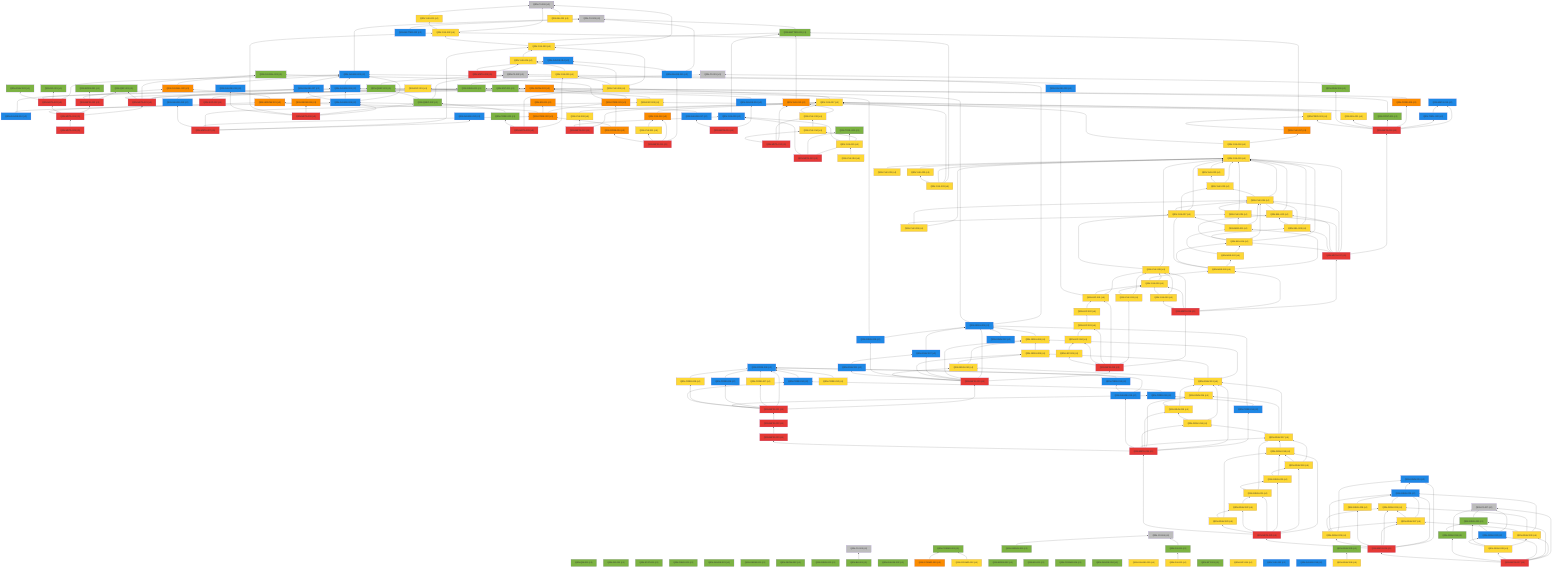
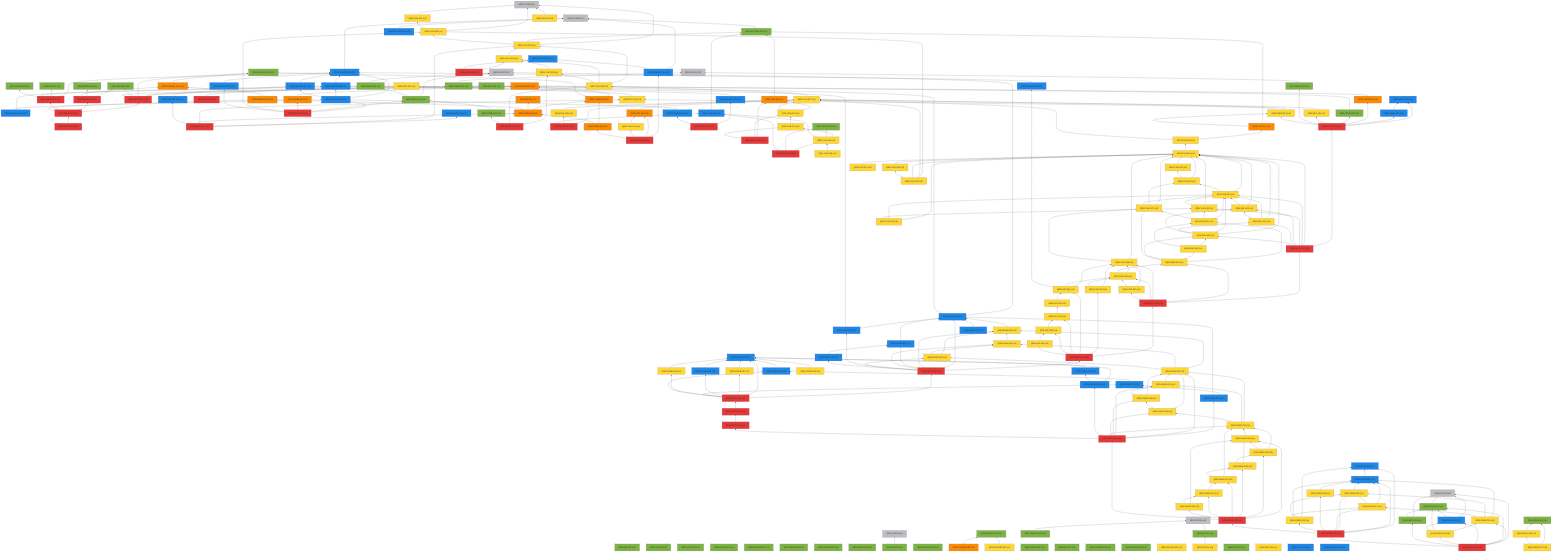
%% 自動生成 (dag/report.pl) — QRN 主張依存グラフ
graph BT
  QRN_C0_001["QRN-C0-001 (c0)"]:::c0
  QRN_C0_002["QRN-C0-002 (c0)"]:::c0
  QRN_C0_003["QRN-C0-003 (c0)"]:::c0
  QRN_C0_004["QRN-C0-004 (c0)"]:::c0
  QRN_C0_005["QRN-C0-005 (c0)"]:::c0
  QRN_C0_006["QRN-C0-006 (c0)"]:::c0
  QRN_QM_001["QRN-QM-001 (c1)"]:::c1
  QRN_GR_001["QRN-GR-001 (c1)"]:::c1
  QRN_STAT_001["QRN-STAT-001 (c1)"]:::c1
  QRN_FIELD_001["QRN-FIELD-001 (c1)"]:::c1
  QRN_GAUGE_001["QRN-GAUGE-001 (c1)"]:::c1
  QRN_ENT_001["QRN-ENT-001 (c1)"]:::c1
  QRN_GEOM_001["QRN-GEOM-001 (c1)"]:::c1
  QRN_GEOM_002["QRN-GEOM-002 (c1)"]:::c1
  QRN_GEOM_003["QRN-GEOM-003 (c3)"]:::c3
  QRN_GRAV_001["QRN-GRAV-001 (c1)"]:::c1
  QRN_GRAV_002["QRN-GRAV-002 (c1)"]:::c1
  QRN_BH_001["QRN-BH-001 (c1)"]:::c1
  QRN_CAUSAL_001["QRN-CAUSAL-001 (c1)"]:::c1
  QRN_CAUSAL_002["QRN-CAUSAL-002 (c3)"]:::c3
  QRN_ER_001["QRN-ER-001 (c3)"]:::c3
  QRN_QEC_001["QRN-QEC-001 (c1)"]:::c1
  QRN_GAUGE_002["QRN-GAUGE-002 (c1)"]:::c1
  QRN_COSMO_001["QRN-COSMO-001 (c1)"]:::c1
  QRN_COSMO_002["QRN-COSMO-002 (c4)"]:::c4
  QRN_COSMO_003["QRN-COSMO-003 (c3)"]:::c3
  QRN_BORN_001["QRN-BORN-001 (c1)"]:::c1
  QRN_BORN_002["QRN-BORN-002 (c1)"]:::c1
  QRN_GRAV_003["QRN-GRAV-003 (c1)"]:::c1
  QRN_KK_001["QRN-KK-001 (c1)"]:::c1
  QRN_MATTER_001["QRN-MATTER-001 (c1)"]:::c1
  QRN_MATTER_002["QRN-MATTER-002 (c2)"]:::c2
  QRN_COSMO_004["QRN-COSMO-004 (c1)"]:::c1
  QRN_EXP_001["QRN-EXP-001 (c4)"]:::c4
  QRN_GAUGE_003["QRN-GAUGE-003 (c2)"]:::c2
  QRN_GAUGE_004["QRN-GAUGE-004 (c1)"]:::c1
  QRN_GAUGE_005["QRN-GAUGE-005 (c4)"]:::c4
  QRN_YUK_001["QRN-YUK-001 (c4)"]:::c4
  QRN_RG_001["QRN-RG-001 (c1)"]:::c1
  QRN_UNRUH_001["QRN-UNRUH-001 (c1)"]:::c1
  QRN_QNEC_001["QRN-QNEC-001 (c1)"]:::c1
  QRN_NU_001["QRN-NU-001 (c4)"]:::c4
  QRN_GAUGE_006["QRN-GAUGE-006 (c2)"]:::c2
  QRN_DS_001["QRN-DS-001 (c1)"]:::c1
  QRN_DS_002["QRN-DS-002 (c4)"]:::c4
  QRN_ARROW_001["QRN-ARROW-001 (c3)"]:::c3
  QRN_GAUGE_007["QRN-GAUGE-007 (c2)"]:::c2
  QRN_EFT_001["QRN-EFT-001 (c1)"]:::c1
  QRN_GAUGE_008["QRN-GAUGE-008 (c2)"]:::c2
  QRN_GAUGE_009["QRN-GAUGE-009 (c2)"]:::c2
  QRN_GAUGE_010["QRN-GAUGE-010 (c2)"]:::c2
  QRN_QNEC_002["QRN-QNEC-002 (c1)"]:::c1
  QRN_GEOM_004["QRN-GEOM-004 (c3)"]:::c3
  QRN_YUK_002["QRN-YUK-002 (c4)"]:::c4
  QRN_EXP_002["QRN-EXP-002 (c5)"]:::c5
  QRN_CORE_001["QRN-CORE-001 (c3)"]:::c3
  QRN_GAUGE_011["QRN-GAUGE-011 (c2)"]:::c2
  QRN_GAUGE_012["QRN-GAUGE-012 (c2)"]:::c2
  QRN_YUK_003["QRN-YUK-003 (c4)"]:::c4
  QRN_EXP_003["QRN-EXP-003 (c4)"]:::c4
  QRN_CORE_002["QRN-CORE-002 (c3)"]:::c3
  QRN_GAUGE_013["QRN-GAUGE-013 (c2)"]:::c2
  QRN_YUK_004["QRN-YUK-004 (c4)"]:::c4
  QRN_GAUGE_014["QRN-GAUGE-014 (c2)"]:::c2
  QRN_META_001["QRN-META-001 (c5)"]:::c5
  QRN_META_002["QRN-META-002 (c5)"]:::c5
  QRN_META_003["QRN-META-003 (c5)"]:::c5
  QRN_META_004["QRN-META-004 (c5)"]:::c5
  QRN_META_005["QRN-META-005 (c5)"]:::c5
  QRN_META_006["QRN-META-006 (c5)"]:::c5
  QRN_META_007["QRN-META-007 (c5)"]:::c5
  QRN_META_008["QRN-META-008 (c5)"]:::c5
  QRN_YUK_005["QRN-YUK-005 (c4)"]:::c4
  QRN_YUK_006["QRN-YUK-006 (c4)"]:::c4
  QRN_CORE_003["QRN-CORE-003 (c1)"]:::c1
  QRN_META_009["QRN-META-009 (c5)"]:::c5
  QRN_YUK_007["QRN-YUK-007 (c4)"]:::c4
  QRN_YUK_008["QRN-YUK-008 (c4)"]:::c4
  QRN_YUK_009["QRN-YUK-009 (c2)"]:::c2
  QRN_META_010["QRN-META-010 (c5)"]:::c5
  QRN_GAUGE_015["QRN-GAUGE-015 (c2)"]:::c2
  QRN_YUK_010["QRN-YUK-010 (c3)"]:::c3
  QRN_YUK_011["QRN-YUK-011 (c4)"]:::c4
  QRN_CORE_004["QRN-CORE-004 (c3)"]:::c3
  QRN_META_011["QRN-META-011 (c5)"]:::c5
  QRN_YUK_012["QRN-YUK-012 (c3)"]:::c3
  QRN_YUK_013["QRN-YUK-013 (c4)"]:::c4
  QRN_YUK_014["QRN-YUK-014 (c4)"]:::c4
  QRN_META_012["QRN-META-012 (c5)"]:::c5
  QRN_TOOL_001["QRN-TOOL-001 (c1)"]:::c1
  QRN_YUK_015["QRN-YUK-015 (c4)"]:::c4
  QRN_META_013["QRN-META-013 (c5)"]:::c5
  QRN_GAUGE_016["QRN-GAUGE-016 (c2)"]:::c2
  QRN_GAUGE_017["QRN-GAUGE-017 (c2)"]:::c2
  QRN_META_014["QRN-META-014 (c5)"]:::c5
  QRN_META_015["QRN-META-015 (c2)"]:::c2
  QRN_TOOL_002["QRN-TOOL-002 (c2)"]:::c2
  QRN_CORE_005["QRN-CORE-005 (c3)"]:::c3
  QRN_CONT_001["QRN-CONT-001 (c1)"]:::c1
  QRN_SEL_001["QRN-SEL-001 (c4)"]:::c4
  QRN_GRAV_004["QRN-GRAV-004 (c1)"]:::c1
  QRN_PRED_001["QRN-PRED-001 (c4)"]:::c4
  QRN_META_016["QRN-META-016 (c5)"]:::c5
  QRN_YUK_016["QRN-YUK-016 (c4)"]:::c4
  QRN_YUK_017["QRN-YUK-017 (c3)"]:::c3
  QRN_YUK_018["QRN-YUK-018 (c4)"]:::c4
  QRN_YUK_019["QRN-YUK-019 (c4)"]:::c4
  QRN_YUK_020["QRN-YUK-020 (c4)"]:::c4
  QRN_YUK_021["QRN-YUK-021 (c4)"]:::c4
  QRN_YUK_022["QRN-YUK-022 (c4)"]:::c4
  QRN_YUK_023["QRN-YUK-023 (c4)"]:::c4
  QRN_YUK_024["QRN-YUK-024 (c4)"]:::c4
  QRN_YUK_025["QRN-YUK-025 (c4)"]:::c4
  QRN_SEL_002["QRN-SEL-002 (c4)"]:::c4
  QRN_SEL_003["QRN-SEL-003 (c4)"]:::c4
  QRN_SEL_004["QRN-SEL-004 (c4)"]:::c4
  QRN_META_017["QRN-META-017 (c5)"]:::c5
  QRN_YUK_026["QRN-YUK-026 (c4)"]:::c4
  QRN_YUK_027["QRN-YUK-027 (c4)"]:::c4
  QRN_MSR_001["QRN-MSR-001 (c4)"]:::c4
  QRN_MSR_002["QRN-MSR-002 (c4)"]:::c4
  QRN_MSR_003["QRN-MSR-003 (c4)"]:::c4
  QRN_YUK_028["QRN-YUK-028 (c4)"]:::c4
  QRN_YUK_029["QRN-YUK-029 (c4)"]:::c4
  QRN_YUK_030["QRN-YUK-030 (c4)"]:::c4
  QRN_META_018["QRN-META-018 (c5)"]:::c5
  QRN_YUK_031["QRN-YUK-031 (c4)"]:::c4
  QRN_LEP_001["QRN-LEP-001 (c4)"]:::c4
  QRN_LEP_002["QRN-LEP-002 (c4)"]:::c4
  QRN_LEP_003["QRN-LEP-003 (c4)"]:::c4
  QRN_LEP_004["QRN-LEP-004 (c4)"]:::c4
  QRN_LEP_005["QRN-LEP-005 (c4)"]:::c4
  QRN_META_019["QRN-META-019 (c5)"]:::c5
  QRN_GRAV_005["QRN-GRAV-005 (c2)"]:::c2
  QRN_GRAV_006["QRN-GRAV-006 (c4)"]:::c4
  QRN_GRAV_007["QRN-GRAV-007 (c2)"]:::c2
  QRN_GRAV_008["QRN-GRAV-008 (c4)"]:::c4
  QRN_GRAV_009["QRN-GRAV-009 (c2)"]:::c2
  QRN_GRAV_010["QRN-GRAV-010 (c4)"]:::c4
  QRN_GRAV_011["QRN-GRAV-011 (c2)"]:::c2
  QRN_META_020["QRN-META-020 (c5)"]:::c5
  QRN_CORE_006["QRN-CORE-006 (c2)"]:::c2
  QRN_CORE_007["QRN-CORE-007 (c4)"]:::c4
  QRN_CORE_008["QRN-CORE-008 (c2)"]:::c2
  QRN_CORE_009["QRN-CORE-009 (c4)"]:::c4
  QRN_CORE_010["QRN-CORE-010 (c2)"]:::c2
  QRN_CORE_011["QRN-CORE-011 (c2)"]:::c2
  QRN_META_021["QRN-META-021 (c5)"]:::c5
  QRN_CORE_012["QRN-CORE-012 (c4)"]:::c4
  QRN_EXP_004["QRN-EXP-004 (c4)"]:::c4
  QRN_CORE_013["QRN-CORE-013 (c2)"]:::c2
  QRN_GRAV_012["QRN-GRAV-012 (c2)"]:::c2
  QRN_YUK_032["QRN-YUK-032 (c2)"]:::c2
  QRN_GAUGE_018["QRN-GAUGE-018 (c2)"]:::c2
  QRN_META_022["QRN-META-022 (c5)"]:::c5
  QRN_META_023["QRN-META-023 (c5)"]:::c5
  QRN_CORE_014["QRN-CORE-014 (c2)"]:::c2
  QRN_GRAV_013["QRN-GRAV-013 (c4)"]:::c4
  QRN_GRAV_014["QRN-GRAV-014 (c4)"]:::c4
  QRN_GRAV_015["QRN-GRAV-015 (c4)"]:::c4
  QRN_GRAV_016["QRN-GRAV-016 (c4)"]:::c4
  QRN_GRAV_017["QRN-GRAV-017 (c4)"]:::c4
  QRN_GAUGE_019["QRN-GAUGE-019 (c2)"]:::c2
  QRN_META_024["QRN-META-024 (c5)"]:::c5
  QRN_GRAV_018["QRN-GRAV-018 (c4)"]:::c4
  QRN_GRAV_019["QRN-GRAV-019 (c4)"]:::c4
  QRN_GRAV_020["QRN-GRAV-020 (c4)"]:::c4
  QRN_GRAV_021["QRN-GRAV-021 (c4)"]:::c4
  QRN_GRAV_022["QRN-GRAV-022 (c4)"]:::c4
  QRN_GRAV_023["QRN-GRAV-023 (c4)"]:::c4
  QRN_META_025["QRN-META-025 (c5)"]:::c5
  QRN_GRAV_024["QRN-GRAV-024 (c2)"]:::c2
  QRN_GRAV_025["QRN-GRAV-025 (c2)"]:::c2
  QRN_GRAV_026["QRN-GRAV-026 (c4)"]:::c4
  QRN_GRAV_027["QRN-GRAV-027 (c4)"]:::c4
  QRN_GRAV_028["QRN-GRAV-028 (c4)"]:::c4
  QRN_GRAV_029["QRN-GRAV-029 (c4)"]:::c4
  QRN_META_026["QRN-META-026 (c5)"]:::c5
  QRN_GRAV_030["QRN-GRAV-030 (c4)"]:::c4
  QRN_C0_007["QRN-C0-007 (c0)"]:::c0
  QRN_GRAV_031["QRN-GRAV-031 (c1)"]:::c1
  QRN_GRAV_032["QRN-GRAV-032 (c2)"]:::c2
  QRN_GRAV_033["QRN-GRAV-033 (c4)"]:::c4
  QRN_GRAV_034["QRN-GRAV-034 (c1)"]:::c1
  QRN_META_027["QRN-META-027 (c5)"]:::c5
  QRN_YUK_033["QRN-YUK-033 (c4)"]:::c4
  QRN_GRAV_035["QRN-GRAV-035 (c1)"]:::c1
  QRN_GRAV_036["QRN-GRAV-036 (c4)"]:::c4
+   QRN_GRAV_037["QRN-GRAV-037 (c4)"]:::c4
  QRN_GRAV_001 --> QRN_C0_001
  QRN_BH_001 --> QRN_C0_003
  QRN_CAUSAL_002 --> QRN_CAUSAL_001
  QRN_COSMO_002 --> QRN_COSMO_001
  QRN_COSMO_003 --> QRN_COSMO_001
  QRN_MATTER_001 --> QRN_C0_005
  QRN_MATTER_002 --> QRN_C0_005
  QRN_GAUGE_003 --> QRN_C0_005
  QRN_YUK_001 --> QRN_C0_006
  QRN_UNRUH_001 --> QRN_C0_004
  QRN_QNEC_001 --> QRN_C0_002
  QRN_NU_001 --> QRN_C0_006
  QRN_GAUGE_006 --> QRN_GAUGE_003
  QRN_DS_001 --> QRN_C0_004
  QRN_DS_002 --> QRN_DS_001
  QRN_ARROW_001 --> QRN_CAUSAL_002
  QRN_GAUGE_007 --> QRN_GAUGE_003
  QRN_GAUGE_008 --> QRN_GAUGE_003
  QRN_GAUGE_008 --> QRN_GAUGE_006
  QRN_GAUGE_008 --> QRN_GAUGE_007
  QRN_GAUGE_009 --> QRN_GAUGE_003
  QRN_GAUGE_010 --> QRN_GAUGE_006
  QRN_GAUGE_010 --> QRN_GAUGE_008
  QRN_QNEC_002 --> QRN_C0_002
  QRN_QNEC_002 --> QRN_QNEC_001
  QRN_GEOM_004 --> QRN_GEOM_003
  QRN_YUK_002 --> QRN_C0_006
  QRN_YUK_002 --> QRN_YUK_001
  QRN_EXP_002 --> QRN_EXP_001
  QRN_CORE_001 --> QRN_GEOM_003
  QRN_CORE_001 --> QRN_CAUSAL_001
  QRN_GAUGE_011 --> QRN_GAUGE_003
  QRN_YUK_003 --> QRN_C0_006
  QRN_YUK_003 --> QRN_MATTER_001
  QRN_YUK_003 --> QRN_YUK_002
  QRN_EXP_003 --> QRN_EXP_001
  QRN_CORE_002 --> QRN_CORE_001
  QRN_CORE_002 --> QRN_ER_001
  QRN_CORE_002 --> QRN_ARROW_001
  QRN_GAUGE_013 --> QRN_GAUGE_007
  QRN_YUK_004 --> QRN_YUK_003
  QRN_META_001 --> QRN_GEOM_003
  QRN_META_001 --> QRN_GRAV_001
  QRN_META_001 --> QRN_CAUSAL_001
  QRN_META_001 --> QRN_QEC_001
  QRN_META_001 --> QRN_ENT_001
  QRN_META_002 --> QRN_QEC_001
  QRN_META_002 --> QRN_BORN_001
  QRN_META_002 --> QRN_CAUSAL_002
  QRN_META_003 --> QRN_GAUGE_003
  QRN_META_003 --> QRN_RG_001
  QRN_META_003 --> QRN_QNEC_001
  QRN_META_003 --> QRN_GRAV_003
  QRN_META_004 --> QRN_META_001
  QRN_META_004 --> QRN_META_002
  QRN_META_004 --> QRN_META_003
  QRN_META_004 --> QRN_ARROW_001
  QRN_META_005 --> QRN_META_004
  QRN_META_006 --> QRN_GAUGE_008
  QRN_META_006 --> QRN_QNEC_002
  QRN_META_006 --> QRN_GEOM_004
  QRN_META_006 --> QRN_YUK_002
  QRN_META_006 --> QRN_GAUGE_011
  QRN_META_007 --> QRN_GAUGE_012
  QRN_META_007 --> QRN_YUK_003
  QRN_META_007 --> QRN_EXP_003
  QRN_META_007 --> QRN_CORE_002
  QRN_META_007 --> QRN_GAUGE_013
  QRN_META_008 --> QRN_YUK_004
  QRN_META_008 --> QRN_GAUGE_014
  QRN_YUK_005 --> QRN_YUK_004
  QRN_YUK_006 --> QRN_YUK_003
  QRN_YUK_006 --> QRN_YUK_004
  QRN_YUK_006 --> QRN_YUK_005
  QRN_CORE_003 --> QRN_QNEC_002
  QRN_META_009 --> QRN_YUK_005
  QRN_META_009 --> QRN_YUK_006
  QRN_META_009 --> QRN_CORE_003
  QRN_YUK_007 --> QRN_YUK_006
  QRN_YUK_008 --> QRN_YUK_007
  QRN_YUK_009 --> QRN_MATTER_001
  QRN_META_010 --> QRN_YUK_007
  QRN_META_010 --> QRN_YUK_008
  QRN_META_010 --> QRN_YUK_009
  QRN_GAUGE_015 --> QRN_C0_005
  QRN_GAUGE_015 --> QRN_GAUGE_014
  QRN_YUK_010 --> QRN_YUK_007
  QRN_YUK_011 --> QRN_YUK_010
  QRN_CORE_004 --> QRN_CORE_001
  QRN_CORE_004 --> QRN_CORE_002
  QRN_META_011 --> QRN_GAUGE_015
  QRN_META_011 --> QRN_YUK_010
  QRN_META_011 --> QRN_YUK_011
  QRN_META_011 --> QRN_CORE_004
  QRN_YUK_012 --> QRN_MATTER_001
  QRN_YUK_013 --> QRN_YUK_012
  QRN_YUK_013 --> QRN_YUK_007
  QRN_YUK_014 --> QRN_YUK_013
  QRN_META_012 --> QRN_YUK_012
  QRN_META_012 --> QRN_YUK_013
  QRN_META_012 --> QRN_YUK_014
  QRN_YUK_015 --> QRN_YUK_014
  QRN_YUK_015 --> QRN_TOOL_001
  QRN_YUK_015 --> QRN_YUK_009
  QRN_META_013 --> QRN_YUK_015
  QRN_META_013 --> QRN_TOOL_001
  QRN_META_013 --> QRN_YUK_009
  QRN_GAUGE_016 --> QRN_GAUGE_006
  QRN_GAUGE_017 --> QRN_GAUGE_008
  QRN_META_014 --> QRN_GAUGE_016
  QRN_META_014 --> QRN_GAUGE_017
  QRN_TOOL_002 --> QRN_META_015
  QRN_CORE_005 --> QRN_GEOM_003
  QRN_CONT_001 --> QRN_ENT_001
  QRN_SEL_001 --> QRN_YUK_007
  QRN_GRAV_004 --> QRN_C0_001
  QRN_PRED_001 --> QRN_YUK_007
  QRN_PRED_001 --> QRN_EXP_003
  QRN_META_016 --> QRN_META_015
  QRN_META_016 --> QRN_TOOL_002
  QRN_META_016 --> QRN_CORE_005
  QRN_META_016 --> QRN_CONT_001
  QRN_META_016 --> QRN_SEL_001
  QRN_META_016 --> QRN_GRAV_004
  QRN_META_016 --> QRN_PRED_001
  QRN_YUK_016 --> QRN_YUK_015
  QRN_YUK_017 --> QRN_MATTER_001
  QRN_YUK_017 --> QRN_PRED_001
  QRN_YUK_018 --> QRN_YUK_017
  QRN_YUK_018 --> QRN_YUK_007
  QRN_YUK_019 --> QRN_YUK_018
  QRN_YUK_020 --> QRN_YUK_019
  QRN_YUK_021 --> QRN_YUK_019
  QRN_YUK_022 --> QRN_YUK_019
  QRN_YUK_023 --> QRN_YUK_019
  QRN_YUK_023 --> QRN_YUK_022
  QRN_YUK_024 --> QRN_YUK_019
  QRN_YUK_024 --> QRN_YUK_023
  QRN_YUK_025 --> QRN_YUK_019
  QRN_YUK_025 --> QRN_YUK_024
  QRN_SEL_002 --> QRN_YUK_019
  QRN_SEL_002 --> QRN_YUK_024
  QRN_SEL_003 --> QRN_YUK_019
  QRN_SEL_003 --> QRN_YUK_024
  QRN_SEL_003 --> QRN_SEL_002
  QRN_SEL_004 --> QRN_YUK_019
  QRN_SEL_004 --> QRN_YUK_024
  QRN_SEL_004 --> QRN_SEL_002
  QRN_SEL_004 --> QRN_SEL_003
  QRN_META_017 --> QRN_META_016
  QRN_META_017 --> QRN_YUK_019
  QRN_META_017 --> QRN_YUK_024
  QRN_META_017 --> QRN_YUK_025
  QRN_META_017 --> QRN_SEL_002
  QRN_META_017 --> QRN_SEL_003
  QRN_META_017 --> QRN_SEL_004
  QRN_YUK_026 --> QRN_YUK_019
  QRN_YUK_026 --> QRN_YUK_024
  QRN_YUK_026 --> QRN_YUK_025
  QRN_YUK_027 --> QRN_YUK_019
  QRN_YUK_027 --> QRN_YUK_023
  QRN_YUK_027 --> QRN_YUK_024
  QRN_MSR_001 --> QRN_YUK_024
  QRN_MSR_001 --> QRN_YUK_025
  QRN_MSR_001 --> QRN_YUK_027
  QRN_MSR_002 --> QRN_SEL_004
  QRN_MSR_002 --> QRN_MSR_001
  QRN_MSR_003 --> QRN_MSR_001
  QRN_MSR_003 --> QRN_MSR_002
  QRN_MSR_003 --> QRN_SEL_004
  QRN_MSR_003 --> QRN_YUK_027
  QRN_YUK_028 --> QRN_YUK_019
  QRN_YUK_028 --> QRN_YUK_027
  QRN_YUK_029 --> QRN_YUK_028
  QRN_YUK_029 --> QRN_MSR_003
  QRN_YUK_030 --> QRN_YUK_028
  QRN_YUK_030 --> QRN_YUK_029
  QRN_META_018 --> QRN_META_017
  QRN_META_018 --> QRN_MSR_003
  QRN_META_018 --> QRN_YUK_028
  QRN_META_018 --> QRN_YUK_029
  QRN_META_018 --> QRN_YUK_030
  QRN_YUK_031 --> QRN_YUK_028
  QRN_YUK_031 --> QRN_YUK_029
  QRN_LEP_001 --> QRN_YUK_028
  QRN_LEP_001 --> QRN_YUK_029
  QRN_LEP_001 --> QRN_GAUGE_009
  QRN_LEP_002 --> QRN_LEP_001
  QRN_LEP_003 --> QRN_LEP_002
  QRN_LEP_004 --> QRN_LEP_003
  QRN_LEP_005 --> QRN_LEP_004
  QRN_META_019 --> QRN_META_018
  QRN_META_019 --> QRN_YUK_031
  QRN_META_019 --> QRN_LEP_001
  QRN_META_019 --> QRN_LEP_003
  QRN_META_019 --> QRN_LEP_004
  QRN_META_019 --> QRN_LEP_005
  QRN_GRAV_005 --> QRN_C0_002
  QRN_GRAV_005 --> QRN_GRAV_001
  QRN_GRAV_006 --> QRN_GRAV_005
  QRN_GRAV_007 --> QRN_GRAV_005
  QRN_GRAV_008 --> QRN_GRAV_006
  QRN_GRAV_009 --> QRN_GRAV_005
  QRN_GRAV_009 --> QRN_QNEC_001
  QRN_GRAV_010 --> QRN_GRAV_006
  QRN_GRAV_010 --> QRN_GRAV_008
  QRN_GRAV_011 --> QRN_GRAV_007
  QRN_META_020 --> QRN_META_019
  QRN_META_020 --> QRN_GRAV_005
  QRN_META_020 --> QRN_GRAV_006
  QRN_META_020 --> QRN_GRAV_007
  QRN_META_020 --> QRN_GRAV_008
  QRN_META_020 --> QRN_GRAV_009
  QRN_META_020 --> QRN_GRAV_010
  QRN_META_020 --> QRN_GRAV_011
  QRN_CORE_007 --> QRN_CORE_006
  QRN_CORE_008 --> QRN_CORE_006
  QRN_CORE_009 --> QRN_CORE_006
  QRN_CORE_010 --> QRN_CORE_006
  QRN_CORE_011 --> QRN_CORE_010
  QRN_META_021 --> QRN_META_020
  QRN_META_021 --> QRN_CORE_006
  QRN_META_021 --> QRN_CORE_007
  QRN_META_021 --> QRN_CORE_008
  QRN_META_021 --> QRN_CORE_009
  QRN_META_021 --> QRN_CORE_010
  QRN_META_021 --> QRN_CORE_011
  QRN_CORE_012 --> QRN_CORE_006
  QRN_CORE_013 --> QRN_CORE_006
  QRN_GRAV_012 --> QRN_GRAV_005
  QRN_META_022 --> QRN_META_021
  QRN_META_023 --> QRN_META_022
  QRN_CORE_014 --> QRN_CORE_011
  QRN_CORE_014 --> QRN_GRAV_005
  QRN_GRAV_013 --> QRN_GRAV_006
  QRN_GRAV_013 --> QRN_GRAV_008
  QRN_GRAV_013 --> QRN_GRAV_010
  QRN_GRAV_014 --> QRN_GRAV_013
  QRN_GRAV_015 --> QRN_GRAV_013
  QRN_GRAV_015 --> QRN_GRAV_014
  QRN_GRAV_016 --> QRN_GRAV_013
  QRN_GRAV_016 --> QRN_GRAV_015
  QRN_GRAV_017 --> QRN_GRAV_013
  QRN_GRAV_017 --> QRN_GRAV_014
  QRN_GRAV_017 --> QRN_GRAV_016
  QRN_GAUGE_019 --> QRN_CORE_006
  QRN_GAUGE_019 --> QRN_CORE_013
  QRN_META_024 --> QRN_CORE_014
  QRN_META_024 --> QRN_GRAV_013
  QRN_META_024 --> QRN_GRAV_014
  QRN_META_024 --> QRN_GRAV_015
  QRN_META_024 --> QRN_GRAV_016
  QRN_META_024 --> QRN_GRAV_017
  QRN_META_024 --> QRN_GAUGE_019
  QRN_META_024 --> QRN_META_023
  QRN_GRAV_018 --> QRN_GRAV_017
  QRN_GRAV_019 --> QRN_GRAV_017
  QRN_GRAV_019 --> QRN_GRAV_018
  QRN_GRAV_020 --> QRN_GRAV_018
  QRN_GRAV_020 --> QRN_GRAV_019
  QRN_GRAV_021 --> QRN_GRAV_017
  QRN_GRAV_021 --> QRN_GRAV_020
  QRN_GRAV_022 --> QRN_GRAV_021
  QRN_GRAV_023 --> QRN_GRAV_018
  QRN_GRAV_023 --> QRN_GRAV_022
  QRN_META_025 --> QRN_GRAV_018
  QRN_META_025 --> QRN_GRAV_019
  QRN_META_025 --> QRN_GRAV_020
  QRN_META_025 --> QRN_GRAV_021
  QRN_META_025 --> QRN_GRAV_022
  QRN_META_025 --> QRN_GRAV_023
  QRN_META_025 --> QRN_META_024
  QRN_GRAV_025 --> QRN_GRAV_024
  QRN_GRAV_026 --> QRN_GRAV_025
  QRN_GRAV_027 --> QRN_GRAV_025
  QRN_GRAV_027 --> QRN_GRAV_026
  QRN_GRAV_028 --> QRN_GRAV_025
  QRN_GRAV_029 --> QRN_GRAV_024
  QRN_GRAV_029 --> QRN_GRAV_025
  QRN_GRAV_029 --> QRN_GRAV_026
  QRN_GRAV_029 --> QRN_GRAV_027
  QRN_META_026 --> QRN_GRAV_024
  QRN_META_026 --> QRN_GRAV_025
  QRN_META_026 --> QRN_GRAV_026
  QRN_META_026 --> QRN_GRAV_027
  QRN_META_026 --> QRN_GRAV_028
  QRN_META_026 --> QRN_GRAV_029
  QRN_META_026 --> QRN_META_025
  QRN_GRAV_030 --> QRN_GRAV_025
  QRN_GRAV_030 --> QRN_GRAV_026
  QRN_GRAV_030 --> QRN_GRAV_027
  QRN_GRAV_031 --> QRN_C0_007
  QRN_GRAV_032 --> QRN_C0_007
  QRN_GRAV_032 --> QRN_GRAV_031
  QRN_GRAV_033 --> QRN_GRAV_030
  QRN_GRAV_033 --> QRN_GRAV_031
  QRN_GRAV_033 --> QRN_GRAV_032
  QRN_GRAV_034 --> QRN_C0_007
  QRN_GRAV_034 --> QRN_GRAV_031
  QRN_META_027 --> QRN_C0_007
  QRN_META_027 --> QRN_GRAV_030
  QRN_META_027 --> QRN_GRAV_031
  QRN_META_027 --> QRN_GRAV_032
  QRN_META_027 --> QRN_GRAV_033
  QRN_META_027 --> QRN_GRAV_034
  QRN_META_027 --> QRN_META_026
  QRN_YUK_033 --> QRN_YUK_002
  QRN_YUK_033 --> QRN_YUK_007
  QRN_YUK_033 --> QRN_YUK_019
  QRN_YUK_033 --> QRN_YUK_020
  QRN_GRAV_036 --> QRN_GRAV_035
+   QRN_GRAV_037 --> QRN_GRAV_035
+   QRN_GRAV_037 --> QRN_GRAV_036
  classDef c0 fill:#bdbdbd
  classDef c1 fill:#7cb342
  classDef c2 fill:#1e88e5
  classDef c3 fill:#fb8c00
  classDef c4 fill:#fdd835
  classDef c5 fill:#e53935
